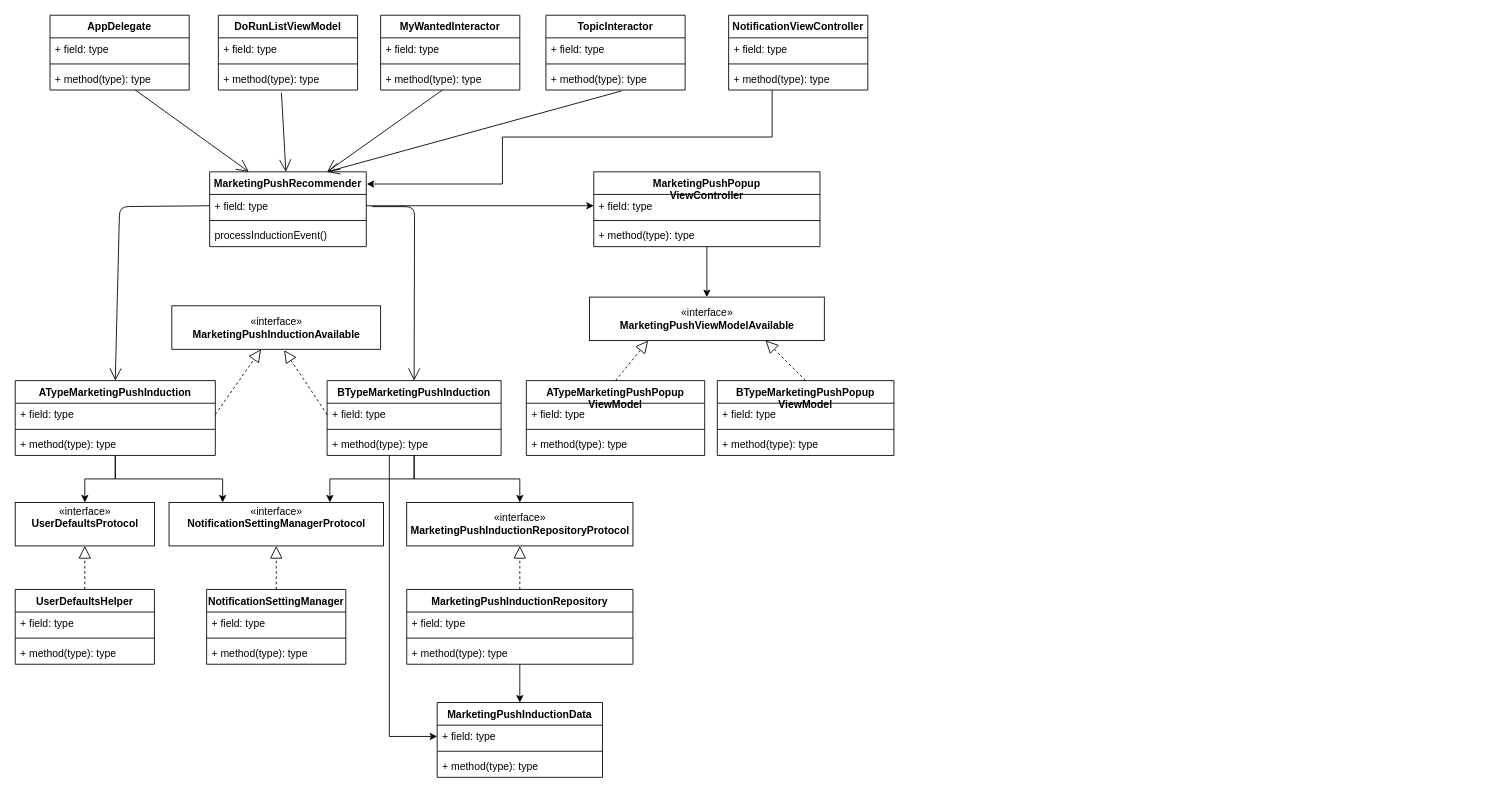
Above: marketingPushInduction.drawio in gookhee/diagrams (draw.io), before the change. Source tidied: cells renumbered, new cells numbered last; positions are measured from the earlier drawing's top-left corner, leaving out a move shared by most shapes. Both pictures are drawn from the tidied source at 87%, with x=0, y=0 at pixel (15, 15).
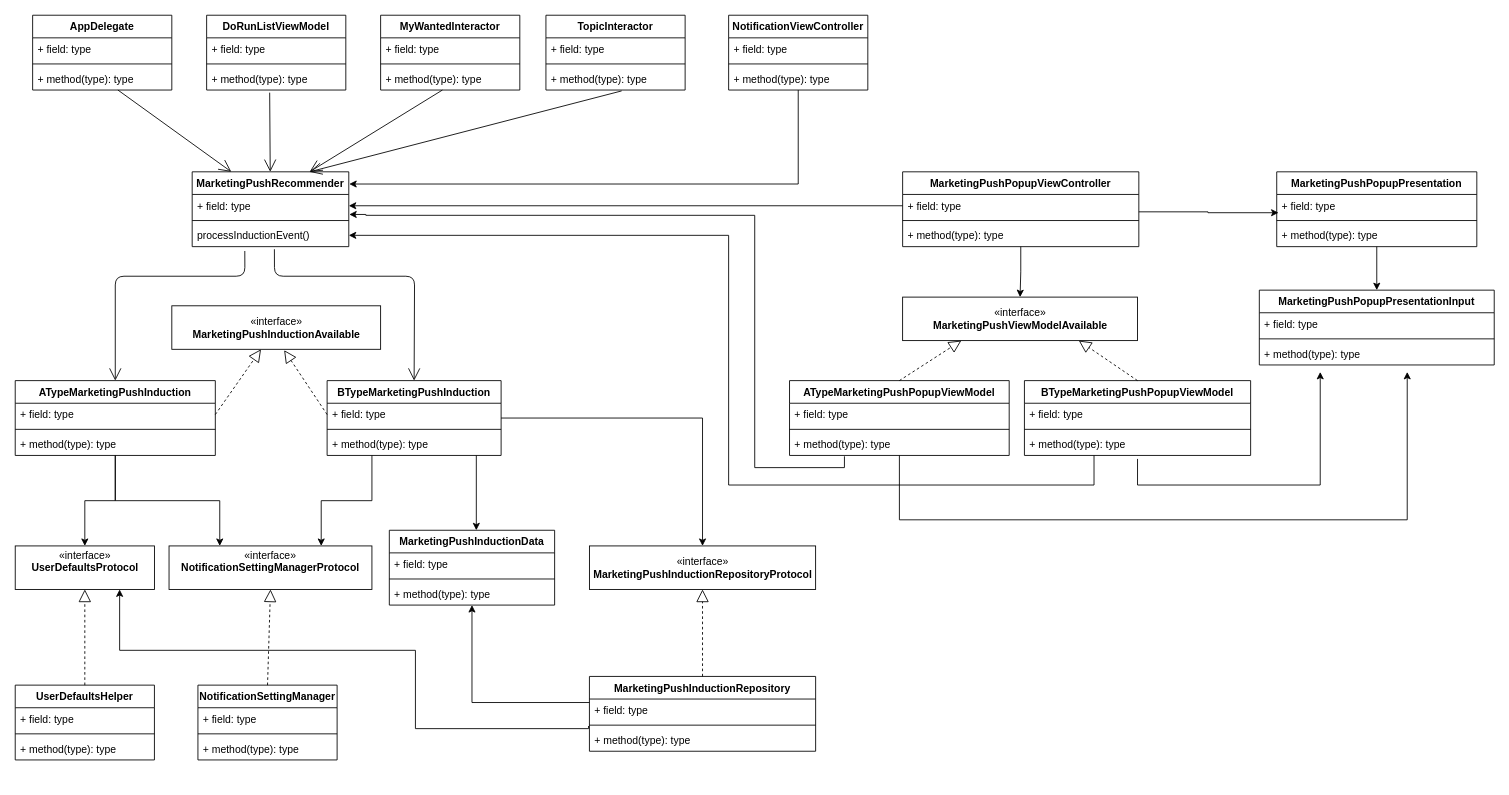
After the change.

The change refers to these unchanged cells:
```xml
<mxCell id="3" value="+ field: type" style="text;strokeColor=none;fillColor=none;align=left;verticalAlign=top;spacingLeft=4;spacingRight=4;overflow=hidden;points=[[0,0.5],[1,0.5]];portConstraint=eastwest;" parent="2" vertex="1">
  <mxGeometry y="26" width="180" height="26" as="geometry" />
</mxCell>
<mxCell id="5" value="processInductionEvent()" style="text;strokeColor=none;fillColor=none;align=left;verticalAlign=top;spacingLeft=4;spacingRight=4;overflow=hidden;points=[[0,0.5],[1,0.5]];portConstraint=eastwest;" parent="2" vertex="1">
  <mxGeometry y="60" width="180" height="26" as="geometry" />
</mxCell>
<mxCell id="8" value="ATypeMarketingPushInduction&#10;" style="swimlane;fontStyle=1;align=center;verticalAlign=top;horizontal=1;startSize=26;" parent="1" vertex="1">
  <mxGeometry y="420" width="230" height="86" as="geometry" />
</mxCell>
<mxCell id="15" value="BTypeMarketingPushInduction&#10;" style="swimlane;fontStyle=1;align=center;verticalAlign=top;horizontal=1;startSize=26;" parent="1" vertex="1">
  <mxGeometry x="358.5" y="420" width="200" height="86" as="geometry" />
</mxCell>
<mxCell id="18" value="+ method(type): type" style="text;strokeColor=none;fillColor=none;align=left;verticalAlign=top;spacingLeft=4;spacingRight=4;overflow=hidden;points=[[0,0.5],[1,0.5]];portConstraint=eastwest;" parent="15" vertex="1">
  <mxGeometry y="60" width="200" height="26" as="geometry" />
</mxCell>
<mxCell id="24" value="+ field: type" style="text;strokeColor=none;fillColor=none;align=left;verticalAlign=top;spacingLeft=4;spacingRight=4;overflow=hidden;points=[[0,0.5],[1,0.5]];portConstraint=eastwest;" parent="23" vertex="1">
  <mxGeometry y="26" width="260" height="26" as="geometry" />
</mxCell>
<mxCell id="47" value="+ field: type" style="text;strokeColor=none;fillColor=none;align=left;verticalAlign=top;spacingLeft=4;spacingRight=4;overflow=hidden;points=[[0,0.5],[1,0.5]];portConstraint=eastwest;" parent="46" vertex="1">
  <mxGeometry y="26" width="190" height="26" as="geometry" />
</mxCell>
<mxCell id="51" value="NotificationViewController&#10;" style="swimlane;fontStyle=1;align=center;verticalAlign=top;horizontal=1;startSize=26;" parent="1" vertex="1">
  <mxGeometry x="820" width="160" height="86" as="geometry" />
</mxCell>
```

What changed in the source:
```diff
@@
     <mxCell id="2" value="MarketingPushRecommender&#10;" style="swimlane;fontStyle=1;align=center;verticalAlign=top;horizontal=1;startSize=26;" parent="1" vertex="1">
-      <mxGeometry x="223.5" y="180" width="180" height="86" as="geometry" />
+      <mxGeometry x="203.4" y="180" width="180" height="86" as="geometry" />
     </mxCell>
@@
     <mxCell id="12" style="edgeStyle=orthogonalEdgeStyle;rounded=0;jettySize=auto;html=1;entryX=0.75;entryY=0;entryDx=0;entryDy=0;" parent="1" edge="1" source="15" target="41">
-      <mxGeometry relative="1" as="geometry" />
+      <mxGeometry relative="1" as="geometry">
+        <Array as="points">
+          <mxPoint x="410" y="558" />
+          <mxPoint x="352" y="558" />
+        </Array>
+      </mxGeometry>
     </mxCell>
@@
-    <mxCell id="14" style="edgeStyle=orthogonalEdgeStyle;rounded=0;jettySize=auto;html=1;entryX=0;entryY=0.5;entryDx=0;entryDy=0;" parent="1" edge="1" source="15" target="47">
-      <mxGeometry relative="1" as="geometry">
-        <Array as="points">
-          <mxPoint x="430" y="829" />
-        </Array>
-      </mxGeometry>
-    </mxCell>
@@
     <mxCell id="20" value="«interface»&lt;br&gt;&lt;b&gt;UserDefaultsProtocol&lt;br&gt;&lt;br&gt;&lt;/b&gt;" style="html=1;" parent="1" vertex="1">
-      <mxGeometry y="560" width="160" height="50" as="geometry" />
+      <mxGeometry y="610" width="160" height="50" as="geometry" />
     </mxCell>
     <mxCell id="21" value="«interface»&lt;br&gt;&lt;span style=&quot;font-weight: 700&quot;&gt;MarketingPushInductionRepositoryProtocol&lt;br&gt;&lt;/span&gt;" style="html=1;" parent="1" vertex="1">
-      <mxGeometry x="450" y="560" width="260" height="50" as="geometry" />
+      <mxGeometry x="660" y="610" width="260" height="50" as="geometry" />
     </mxCell>
     <mxCell id="22" style="edgeStyle=orthogonalEdgeStyle;rounded=0;jettySize=auto;html=1;" parent="1" edge="1" source="23" target="46">
-      <mxGeometry relative="1" as="geometry" />
+      <mxGeometry relative="1" as="geometry">
+        <Array as="points">
+          <mxPoint x="525" y="790" />
+        </Array>
+      </mxGeometry>
     </mxCell>
     <mxCell id="23" value="MarketingPushInductionRepository&#10;" style="swimlane;fontStyle=1;align=center;verticalAlign=top;horizontal=1;startSize=26;" parent="1" vertex="1">
-      <mxGeometry x="450" y="660" width="260" height="86" as="geometry" />
+      <mxGeometry x="660" y="760" width="260" height="86" as="geometry" />
     </mxCell>
@@
     <mxCell id="27" value="«interface»&lt;br&gt;&lt;span style=&quot;font-weight: 700&quot;&gt;MarketingPushViewModelAvailable&lt;br&gt;&lt;/span&gt;" style="html=1;" parent="1" vertex="1">
-      <mxGeometry x="660" y="324" width="270" height="50" as="geometry" />
+      <mxGeometry x="1020" y="324" width="270" height="50" as="geometry" />
     </mxCell>
+    <mxCell id="89" style="edgeStyle=orthogonalEdgeStyle;rounded=0;jettySize=auto;html=1;entryX=1.003;entryY=0.885;entryDx=0;entryDy=0;entryPerimeter=0;exitX=0.25;exitY=1.038;exitDx=0;exitDy=0;exitPerimeter=0;" parent="1" edge="1" source="31" target="3">
+      <mxGeometry relative="1" as="geometry">
+        <Array as="points">
+          <mxPoint x="953" y="520" />
+          <mxPoint x="850" y="520" />
+          <mxPoint x="850" y="230" />
+          <mxPoint x="403" y="230" />
+          <mxPoint x="403" y="229" />
+        </Array>
+      </mxGeometry>
+    </mxCell>
+    <mxCell id="90" style="edgeStyle=orthogonalEdgeStyle;rounded=0;jettySize=auto;html=1;" parent="1" edge="1" source="28">
+      <mxGeometry relative="1" as="geometry">
+        <mxPoint x="1600" y="410" as="targetPoint" />
+        <Array as="points">
+          <mxPoint x="1016" y="580" />
+          <mxPoint x="1600" y="580" />
+        </Array>
+      </mxGeometry>
+    </mxCell>
-    <mxCell id="28" value="ATypeMarketingPushPopup&#10;ViewModel&#10;" style="swimlane;fontStyle=1;align=center;verticalAlign=top;horizontal=1;startSize=26;" parent="1" vertex="1">
-      <mxGeometry x="587.5" y="420" width="205" height="86" as="geometry" />
+    <mxCell id="28" value="ATypeMarketingPushPopupViewModel&#10;" style="swimlane;fontStyle=1;align=center;verticalAlign=top;horizontal=1;startSize=26;" parent="1" vertex="1">
+      <mxGeometry x="890" y="420" width="252.5" height="86" as="geometry" />
     </mxCell>
     <mxCell id="29" value="+ field: type" style="text;strokeColor=none;fillColor=none;align=left;verticalAlign=top;spacingLeft=4;spacingRight=4;overflow=hidden;" parent="28" vertex="1">
-      <mxGeometry y="26" width="205" height="26" as="geometry" />
+      <mxGeometry y="26" width="252.5" height="26" as="geometry" />
     </mxCell>
     <mxCell id="30" style="line;strokeWidth=1;fillColor=none;align=left;verticalAlign=middle;spacingTop=-1;spacingLeft=3;spacingRight=3;labelPosition=right;" parent="28" vertex="1">
-      <mxGeometry y="52" width="205" height="8" as="geometry" />
+      <mxGeometry y="52" width="252.5" height="8" as="geometry" />
     </mxCell>
     <mxCell id="31" value="+ method(type): type" style="text;strokeColor=none;fillColor=none;align=left;verticalAlign=top;spacingLeft=4;spacingRight=4;overflow=hidden;points=[[0,0.5],[1,0.5]];portConstraint=eastwest;" parent="28" vertex="1">
-      <mxGeometry y="60" width="205" height="26" as="geometry" />
+      <mxGeometry y="60" width="252.5" height="26" as="geometry" />
     </mxCell>
+    <mxCell id="91" style="edgeStyle=orthogonalEdgeStyle;rounded=0;jettySize=auto;html=1;entryX=1;entryY=0.5;entryDx=0;entryDy=0;" parent="1" edge="1" source="32" target="5">
+      <mxGeometry relative="1" as="geometry">
+        <Array as="points">
+          <mxPoint x="1240" y="540" />
+          <mxPoint x="820" y="540" />
+          <mxPoint x="820" y="253" />
+        </Array>
+      </mxGeometry>
+    </mxCell>
-    <mxCell id="32" value="BTypeMarketingPushPopup&#10;ViewModel&#10;" style="swimlane;fontStyle=1;align=center;verticalAlign=top;horizontal=1;startSize=26;" parent="1" vertex="1">
-      <mxGeometry x="807" y="420" width="203" height="86" as="geometry" />
+    <mxCell id="32" value="BTypeMarketingPushPopupViewModel&#10;" style="swimlane;fontStyle=1;align=center;verticalAlign=top;horizontal=1;startSize=26;" parent="1" vertex="1">
+      <mxGeometry x="1160" y="420" width="260" height="86" as="geometry" />
     </mxCell>
     <mxCell id="33" value="+ field: type" style="text;strokeColor=none;fillColor=none;align=left;verticalAlign=top;spacingLeft=4;spacingRight=4;overflow=hidden;" parent="32" vertex="1">
-      <mxGeometry y="26" width="203" height="26" as="geometry" />
+      <mxGeometry y="26" width="260" height="26" as="geometry" />
     </mxCell>
     <mxCell id="34" style="line;strokeWidth=1;fillColor=none;align=left;verticalAlign=middle;spacingTop=-1;spacingLeft=3;spacingRight=3;labelPosition=right;" parent="32" vertex="1">
-      <mxGeometry y="52" width="203" height="8" as="geometry" />
+      <mxGeometry y="52" width="260" height="8" as="geometry" />
     </mxCell>
     <mxCell id="35" value="+ method(type): type" style="text;strokeColor=none;fillColor=none;align=left;verticalAlign=top;spacingLeft=4;spacingRight=4;overflow=hidden;" parent="32" vertex="1">
-      <mxGeometry y="60" width="203" height="26" as="geometry" />
+      <mxGeometry y="60" width="260" height="26" as="geometry" />
     </mxCell>
@@
-    <mxCell id="37" value="MarketingPushPopup&#10;ViewController&#10;" style="swimlane;fontStyle=1;align=center;verticalAlign=top;horizontal=1;startSize=26;" parent="1" vertex="1">
-      <mxGeometry x="665" y="180" width="260" height="86" as="geometry" />
+    <mxCell id="37" value="MarketingPushPopupViewController&#10;" style="swimlane;fontStyle=1;align=center;verticalAlign=top;horizontal=1;startSize=26;" parent="1" vertex="1">
+      <mxGeometry x="1020" y="180" width="271.5" height="86" as="geometry" />
     </mxCell>
     <mxCell id="38" value="+ field: type" style="text;strokeColor=none;fillColor=none;align=left;verticalAlign=top;spacingLeft=4;spacingRight=4;overflow=hidden;points=[[0,0.5],[1,0.5]];portConstraint=eastwest;" parent="37" vertex="1">
-      <mxGeometry y="26" width="260" height="26" as="geometry" />
+      <mxGeometry y="26" width="271.5" height="26" as="geometry" />
     </mxCell>
     <mxCell id="39" style="line;strokeWidth=1;fillColor=none;align=left;verticalAlign=middle;spacingTop=-1;spacingLeft=3;spacingRight=3;labelPosition=right;" parent="37" vertex="1">
-      <mxGeometry y="52" width="260" height="8" as="geometry" />
+      <mxGeometry y="52" width="271.5" height="8" as="geometry" />
     </mxCell>
     <mxCell id="40" value="+ method(type): type" style="text;strokeColor=none;fillColor=none;align=left;verticalAlign=top;spacingLeft=4;spacingRight=4;overflow=hidden;" parent="37" vertex="1">
-      <mxGeometry y="60" width="260" height="26" as="geometry" />
+      <mxGeometry y="60" width="271.5" height="26" as="geometry" />
     </mxCell>
     <mxCell id="41" value="«interface»&lt;br&gt;&lt;b&gt;NotificationSettingManagerProtocol&lt;br&gt;&lt;br&gt;&lt;/b&gt;" style="html=1;" parent="1" vertex="1">
-      <mxGeometry x="176.8" y="560" width="246.5" height="50" as="geometry" />
+      <mxGeometry x="176.8" y="610" width="233.2" height="50" as="geometry" />
     </mxCell>
     <mxCell id="42" value="NotificationSettingManager&#10;" style="swimlane;fontStyle=1;align=center;verticalAlign=top;horizontal=1;startSize=26;" parent="1" vertex="1">
-      <mxGeometry x="220" y="660" width="160" height="86" as="geometry" />
+      <mxGeometry x="210" y="770" width="160" height="86" as="geometry" />
     </mxCell>
@@
     <mxCell id="46" value="MarketingPushInductionData&#10;" style="swimlane;fontStyle=1;align=center;verticalAlign=top;horizontal=1;startSize=26;" parent="1" vertex="1">
-      <mxGeometry x="485" y="790" width="190" height="86" as="geometry" />
+      <mxGeometry x="430" y="592" width="190" height="86" as="geometry" />
     </mxCell>
@@
     <mxCell id="50" style="edgeStyle=orthogonalEdgeStyle;rounded=0;jettySize=auto;html=1;entryX=1.003;entryY=0.163;entryDx=0;entryDy=0;entryPerimeter=0;" parent="1" edge="1" source="51" target="2">
       <mxGeometry relative="1" as="geometry">
         <Array as="points">
-          <mxPoint x="870" y="140" />
-          <mxPoint x="560" y="140" />
-          <mxPoint x="560" y="194" />
+          <mxPoint x="900" y="194" />
         </Array>
       </mxGeometry>
     </mxCell>
@@
     <mxCell id="59" value="DoRunListViewModel" style="swimlane;fontStyle=1;align=center;verticalAlign=top;horizontal=1;startSize=26;" parent="1" vertex="1">
-      <mxGeometry x="233.5" width="160" height="86" as="geometry" />
+      <mxGeometry x="220" width="160" height="86" as="geometry" />
     </mxCell>
@@
     <mxCell id="70" value="AppDelegate" style="swimlane;fontStyle=1;align=center;verticalAlign=top;horizontal=1;startSize=26;" parent="1" vertex="1">
-      <mxGeometry x="40" width="160" height="86" as="geometry" />
+      <mxGeometry x="20" width="160" height="86" as="geometry" />
     </mxCell>
@@
-    <mxCell id="75" style="endArrow=open;endFill=1;endSize=12;html=1;exitX=0;exitY=0.5;exitDx=0;exitDy=0;entryX=0.5;entryY=0;entryDx=0;entryDy=0;" parent="1" edge="1" source="3" target="8">
+    <mxCell id="75" style="endArrow=open;endFill=1;endSize=12;html=1;exitX=0.336;exitY=1.192;exitDx=0;exitDy=0;entryX=0.5;entryY=0;entryDx=0;entryDy=0;exitPerimeter=0;" parent="1" edge="1" source="5" target="8">
       <mxGeometry relative="1" as="geometry">
         <Array as="points">
-          <mxPoint x="120" y="220" />
+          <mxPoint x="264" y="300" />
+          <mxPoint x="115" y="300" />
         </Array>
       </mxGeometry>
     </mxCell>
-    <mxCell id="76" style="endArrow=open;endFill=1;endSize=12;html=1;entryX=0.5;entryY=0;entryDx=0;entryDy=0;" parent="1" edge="1" target="15">
+    <mxCell id="76" style="endArrow=open;endFill=1;endSize=12;html=1;entryX=0.5;entryY=0;entryDx=0;entryDy=0;exitX=0.525;exitY=1.115;exitDx=0;exitDy=0;exitPerimeter=0;" parent="1" edge="1" source="5" target="15">
       <mxGeometry relative="1" as="geometry">
-        <mxPoint x="410" y="220" as="sourcePoint" />
         <Array as="points">
-          <mxPoint x="459" y="220" />
+          <mxPoint x="298" y="300" />
+          <mxPoint x="459" y="300" />
         </Array>
       </mxGeometry>
     </mxCell>
@@
-    <mxCell id="79" style="edgeStyle=orthogonalEdgeStyle;rounded=0;jettySize=auto;html=1;" parent="1" edge="1" source="3" target="38">
-      <mxGeometry relative="1" as="geometry" />
-    </mxCell>
-    <mxCell id="80" style="endArrow=block;dashed=1;endFill=0;endSize=12;html=1;exitX=0.5;exitY=0;exitDx=0;exitDy=0;entryX=0.25;entryY=1;entryDx=0;entryDy=0;" parent="1" edge="1" source="28" target="27">
+    <mxCell id="80" style="endArrow=block;dashed=1;endFill=0;endSize=12;html=1;entryX=0.25;entryY=1;entryDx=0;entryDy=0;exitX=0.5;exitY=0;exitDx=0;exitDy=0;" parent="1" edge="1" source="28" target="27">
       <mxGeometry relative="1" as="geometry" />
     </mxCell>
@@
     <mxCell id="82" value="UserDefaultsHelper&#10;" style="swimlane;fontStyle=1;align=center;verticalAlign=top;horizontal=1;startSize=26;" parent="1" vertex="1">
-      <mxGeometry y="660" width="160" height="86" as="geometry" />
+      <mxGeometry y="770" width="160" height="86" as="geometry" />
     </mxCell>
@@
+    <mxCell id="92" value="MarketingPushPopupPresentationInput" style="swimlane;fontStyle=1;align=center;verticalAlign=top;horizontal=1;startSize=26;" parent="1" vertex="1">
+      <mxGeometry x="1430" y="316" width="270" height="86" as="geometry" />
+    </mxCell>
+    <mxCell id="93" value="+ field: type" style="text;strokeColor=none;fillColor=none;align=left;verticalAlign=top;spacingLeft=4;spacingRight=4;overflow=hidden;" parent="92" vertex="1">
+      <mxGeometry y="26" width="270" height="26" as="geometry" />
+    </mxCell>
+    <mxCell id="94" style="line;strokeWidth=1;fillColor=none;align=left;verticalAlign=middle;spacingTop=-1;spacingLeft=3;spacingRight=3;labelPosition=right;" parent="92" vertex="1">
+      <mxGeometry y="52" width="270" height="8" as="geometry" />
+    </mxCell>
+    <mxCell id="95" value="+ method(type): type" style="text;strokeColor=none;fillColor=none;align=left;verticalAlign=top;spacingLeft=4;spacingRight=4;overflow=hidden;" parent="92" vertex="1">
+      <mxGeometry y="60" width="270" height="26" as="geometry" />
+    </mxCell>
+    <mxCell id="96" style="edgeStyle=orthogonalEdgeStyle;rounded=0;jettySize=auto;html=1;" parent="1" edge="1" source="97" target="92">
+      <mxGeometry relative="1" as="geometry" />
+    </mxCell>
+    <mxCell id="97" value="MarketingPushPopupPresentation&#10;" style="swimlane;fontStyle=1;align=center;verticalAlign=top;horizontal=1;startSize=26;" parent="1" vertex="1">
+      <mxGeometry x="1450" y="180" width="230" height="86" as="geometry" />
+    </mxCell>
+    <mxCell id="98" value="+ field: type" style="text;strokeColor=none;fillColor=none;align=left;verticalAlign=top;spacingLeft=4;spacingRight=4;overflow=hidden;points=[[0,0.5],[1,0.5]];portConstraint=eastwest;" parent="97" vertex="1">
+      <mxGeometry y="26" width="230" height="26" as="geometry" />
+    </mxCell>
+    <mxCell id="99" style="line;strokeWidth=1;fillColor=none;align=left;verticalAlign=middle;spacingTop=-1;spacingLeft=3;spacingRight=3;labelPosition=right;" parent="97" vertex="1">
+      <mxGeometry y="52" width="230" height="8" as="geometry" />
+    </mxCell>
+    <mxCell id="100" value="+ method(type): type" style="text;strokeColor=none;fillColor=none;align=left;verticalAlign=top;spacingLeft=4;spacingRight=4;overflow=hidden;" parent="97" vertex="1">
+      <mxGeometry y="60" width="230" height="26" as="geometry" />
+    </mxCell>
+    <mxCell id="101" style="edgeStyle=orthogonalEdgeStyle;rounded=0;jettySize=auto;html=1;exitX=1;exitY=0.769;exitDx=0;exitDy=0;exitPerimeter=0;entryX=0.009;entryY=0.808;entryDx=0;entryDy=0;entryPerimeter=0;" parent="1" edge="1" source="38" target="98">
+      <mxGeometry relative="1" as="geometry">
+        <Array as="points">
+          <mxPoint x="1371" y="226" />
+          <mxPoint x="1371" y="227" />
+        </Array>
+      </mxGeometry>
+    </mxCell>
+    <mxCell id="102" style="edgeStyle=orthogonalEdgeStyle;rounded=0;jettySize=auto;html=1;entryX=0.75;entryY=1;entryDx=0;entryDy=0;exitX=-0.004;exitY=1.192;exitDx=0;exitDy=0;exitPerimeter=0;" parent="1" edge="1" source="24" target="20">
+      <mxGeometry relative="1" as="geometry">
+        <Array as="points">
+          <mxPoint x="659" y="820" />
+          <mxPoint x="460" y="820" />
+          <mxPoint x="460" y="730" />
+          <mxPoint x="120" y="730" />
+        </Array>
+      </mxGeometry>
+    </mxCell>
+    <mxCell id="103" style="edgeStyle=orthogonalEdgeStyle;rounded=0;jettySize=auto;html=1;" parent="1" edge="1" source="18" target="46">
+      <mxGeometry relative="1" as="geometry">
+        <Array as="points">
+          <mxPoint x="530" y="590" />
+          <mxPoint x="530" y="590" />
+        </Array>
+      </mxGeometry>
+    </mxCell>
+    <mxCell id="104" style="edgeStyle=orthogonalEdgeStyle;rounded=0;orthogonalLoop=1;jettySize=auto;html=1;" parent="1" edge="1">
+      <mxGeometry relative="1" as="geometry">
+        <mxPoint x="1290" y="510" as="sourcePoint" />
+        <mxPoint x="1500" y="410" as="targetPoint" />
+        <Array as="points">
+          <mxPoint x="1290" y="540" />
+          <mxPoint x="1500" y="540" />
+        </Array>
+      </mxGeometry>
+    </mxCell>
+    <mxCell id="105" style="edgeStyle=orthogonalEdgeStyle;rounded=0;jettySize=auto;html=1;entryX=1;entryY=0.5;entryDx=0;entryDy=0;" parent="1" edge="1" source="38" target="3">
+      <mxGeometry relative="1" as="geometry" />
+    </mxCell>
```
